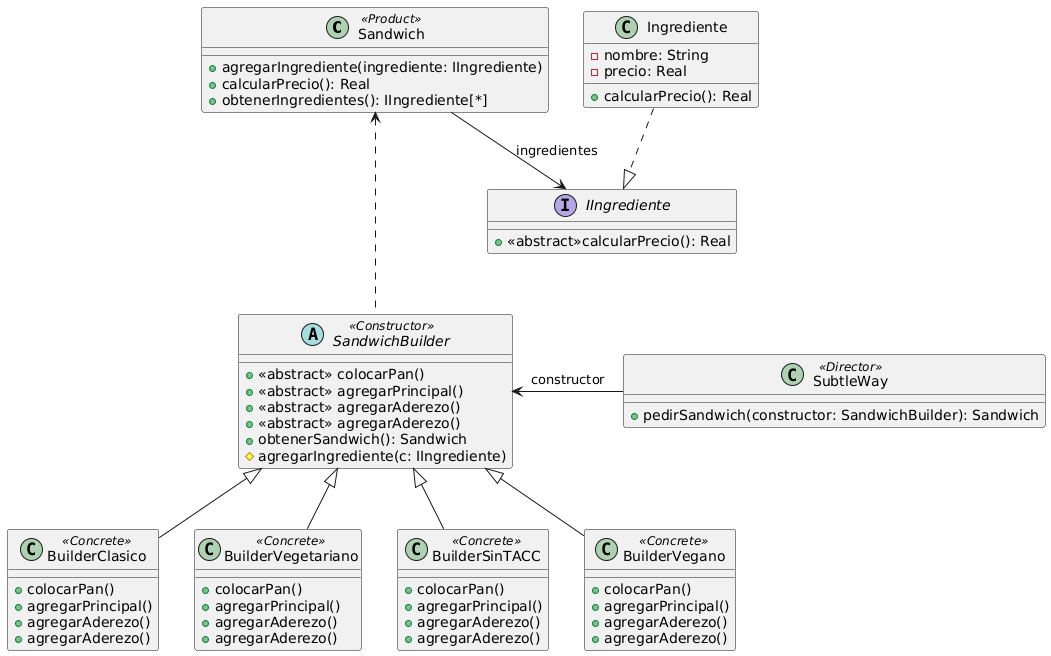
Above: Practicas/CuadernilloPatrones/Ejercicio6-SubtleWay/uml.png in estanivege98/OO2 (PlantUML), before the change. Its diagram source:
```plantuml
@startuml
class Sandwich <<Product>>{
+agregarIngrediente(ingrediente: IIngrediente)
+calcularPrecio(): Real
+obtenerIngredientes(): IIngrediente[*]
}
abstract SandwichBuilder<<Constructor>>{
+<<abstract>> colocarPan()
+<<abstract>> agregarPrincipal()
+<<abstract>> agregarAderezo()
+<<abstract>> agregarAderezo()
+obtenerSandwich(): Sandwich
#agregarIngrediente(c: IIngrediente)
}
class SubtleWay<<Director>>{
+pedirSandwich(constructor: SandwichBuilder): Sandwich
}
class BuilderClasico<<Concrete>> {
+ colocarPan()
+ agregarPrincipal()
+ agregarAderezo()
+ agregarAderezo()
}
class BuilderVegetariano<<Concrete>> {
+ colocarPan()
+ agregarPrincipal()
+ agregarAderezo()
+ agregarAderezo()
}
class BuilderSinTACC<<Concrete>>{
+ colocarPan()
+ agregarPrincipal()
+ agregarAderezo()
+ agregarAderezo()
}
class BuilderVegano<<Concrete>>{
+ colocarPan()
+ agregarPrincipal()
+ agregarAderezo()
+ agregarAderezo()
}
interface IIngrediente{
+<<abstract>>calcularPrecio(): Real
}
Class Ingrediente{
-nombre: String
-precio: Real
+calcularPrecio(): Real
}
SubtleWay  -left-> SandwichBuilder : "constructor"
BuilderVegano -up-|> SandwichBuilder
BuilderSinTACC -up-|> SandwichBuilder
BuilderVegetariano -up-|> SandwichBuilder
BuilderClasico -up-|> SandwichBuilder
SandwichBuilder .-up.> Sandwich
Sandwich --> IIngrediente : "ingredientes"
Ingrediente ..|> IIngrediente
@enduml
```
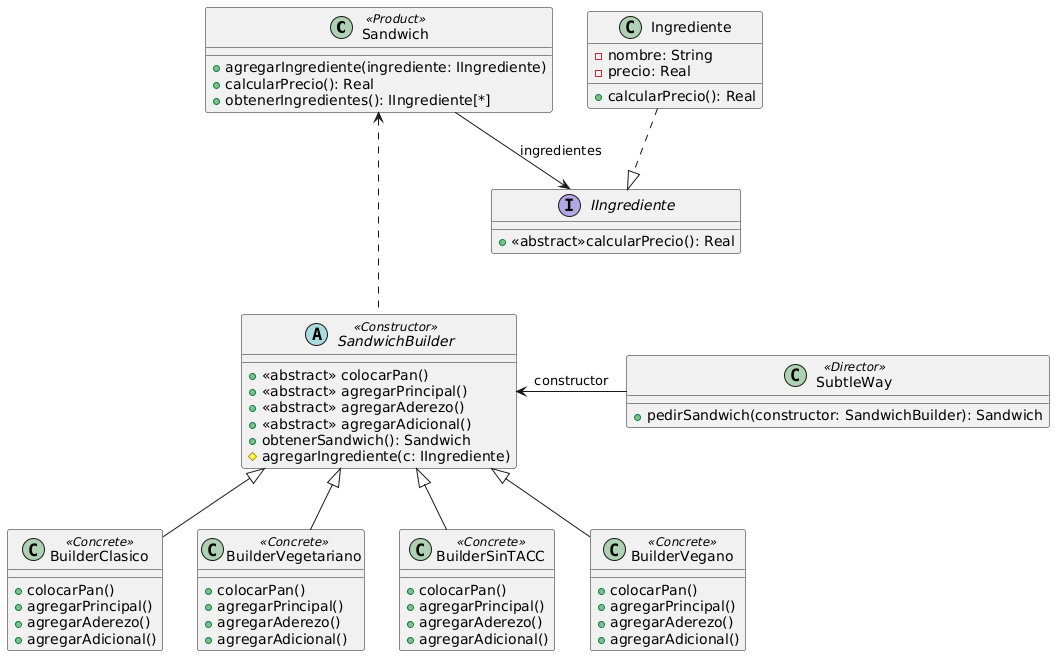
The same file after the commit.

What changed in the source:
```diff
@@ -8,7 +8,7 @@
 +<<abstract>> colocarPan()
 +<<abstract>> agregarPrincipal()
 +<<abstract>> agregarAderezo()
-+<<abstract>> agregarAderezo()
++<<abstract>> agregarAdicional()
 +obtenerSandwich(): Sandwich
 #agregarIngrediente(c: IIngrediente)
 }
@@ -19,25 +19,25 @@
 + colocarPan()
 + agregarPrincipal()
 + agregarAderezo()
-+ agregarAderezo()
++ agregarAdicional()
 }
 class BuilderVegetariano<<Concrete>> {
 + colocarPan()
 + agregarPrincipal()
 + agregarAderezo()
-+ agregarAderezo()
++ agregarAdicional()
 }
 class BuilderSinTACC<<Concrete>>{
 + colocarPan()
 + agregarPrincipal()
 + agregarAderezo()
-+ agregarAderezo()
++ agregarAdicional()
 }
 class BuilderVegano<<Concrete>>{
 + colocarPan()
 + agregarPrincipal()
 + agregarAderezo()
-+ agregarAderezo()
++ agregarAdicional()
 }
 interface IIngrediente{
 +<<abstract>>calcularPrecio(): Real
```
